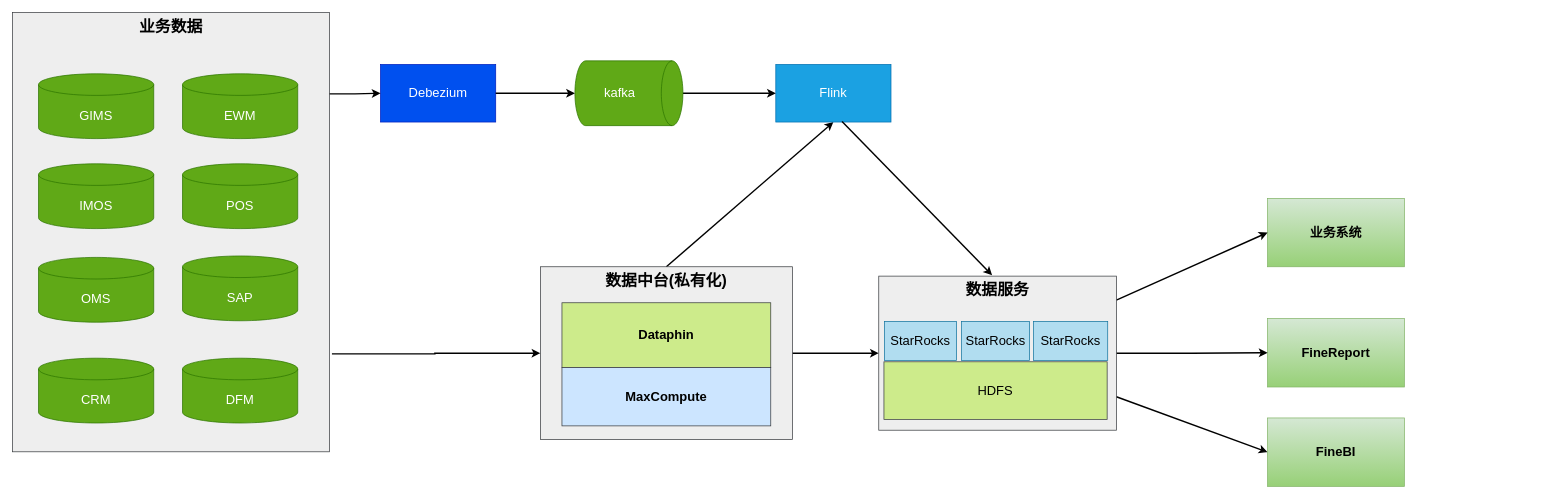
Above: page "第 2 页" (2 of 3) of bsd.drawio in starzy1990/diagrams (draw.io), before the change. Source tidied: cells renumbered, new cells numbered last; positions are measured from the earlier drawing's top-left corner, leaving out a move shared by most shapes. Both pictures are drawn from the tidied source at 72%, with x=0, y=0 at pixel (12, 12).
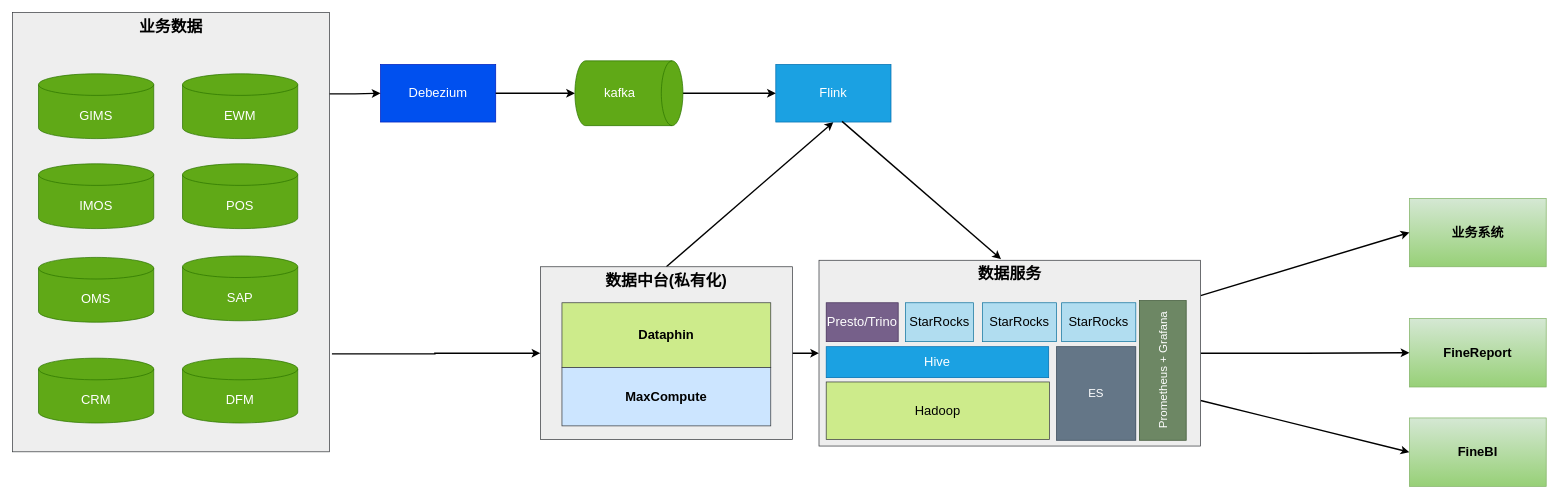
After the change.

The edit, as a diff of the source:
```diff
@@
     <mxCell id="23" value="业务系统" style="rounded=0;whiteSpace=wrap;html=1;fillColor=#d5e8d4;strokeColor=#82b366;fontSize=18;fontStyle=1;gradientColor=#97d077;" parent="1" vertex="1">
-      <mxGeometry x="1743" y="258" width="190" height="95" as="geometry" />
+      <mxGeometry x="1940" y="258" width="190" height="95" as="geometry" />
     </mxCell>
     <mxCell id="24" value="FineReport" style="rounded=0;whiteSpace=wrap;html=1;fillColor=#d5e8d4;strokeColor=#82b366;fontSize=18;fontStyle=1;gradientColor=#97d077;" parent="1" vertex="1">
-      <mxGeometry x="1743" y="425" width="190" height="95" as="geometry" />
+      <mxGeometry x="1940" y="425" width="190" height="95" as="geometry" />
     </mxCell>
@@
     <mxCell id="28" value="数据服务" style="rounded=0;whiteSpace=wrap;html=1;fillColor=#eeeeee;strokeColor=#36393d;verticalAlign=top;fontSize=22;fontStyle=1;" parent="1" vertex="1">
-      <mxGeometry x="1203" y="366" width="330" height="214" as="geometry" />
+      <mxGeometry x="1120" y="344" width="530" height="258" as="geometry" />
     </mxCell>
@@
-    <mxCell id="30" value="HDFS" style="rounded=0;whiteSpace=wrap;html=1;fillColor=#cdeb8b;strokeColor=#36393d;fontSize=18;" parent="1" vertex="1">
-      <mxGeometry x="1210.2" y="485" width="310" height="80" as="geometry" />
+    <mxCell id="30" value="Hadoop" style="rounded=0;whiteSpace=wrap;html=1;fillColor=#cdeb8b;strokeColor=#36393d;fontSize=18;" parent="1" vertex="1">
+      <mxGeometry x="1130" y="513" width="310" height="80" as="geometry" />
     </mxCell>
     <mxCell id="31" value="StarRocks" style="rounded=0;whiteSpace=wrap;html=1;fillColor=#b1ddf0;strokeColor=#10739e;fontSize=18;" parent="1" vertex="1">
-      <mxGeometry x="1418" y="429" width="103" height="54" as="geometry" />
+      <mxGeometry x="1347" y="403" width="103" height="54" as="geometry" />
     </mxCell>
     <mxCell id="32" value="FineBI" style="rounded=0;whiteSpace=wrap;html=1;fillColor=#d5e8d4;strokeColor=#82b366;fontSize=18;fontStyle=1;gradientColor=#97d077;" parent="1" vertex="1">
-      <mxGeometry x="1743" y="563" width="190" height="95" as="geometry" />
+      <mxGeometry x="1940" y="563" width="190" height="95" as="geometry" />
     </mxCell>
     <mxCell id="33" value="StarRocks" style="rounded=0;whiteSpace=wrap;html=1;fillColor=#b1ddf0;strokeColor=#10739e;fontSize=18;" parent="1" vertex="1">
-      <mxGeometry x="1318" y="429" width="94.5" height="54" as="geometry" />
+      <mxGeometry x="1240" y="403" width="94.5" height="54" as="geometry" />
     </mxCell>
+    <mxCell id="35" value="Hive" style="rounded=0;whiteSpace=wrap;html=1;fillColor=#1ba1e2;fontColor=#ffffff;strokeColor=#006EAF;fontSize=18;" parent="1" vertex="1">
+      <mxGeometry x="1130" y="464" width="309" height="43" as="geometry" />
+    </mxCell>
+    <mxCell id="36" value="ES" style="rounded=0;whiteSpace=wrap;html=1;strokeColor=#314354;align=center;verticalAlign=middle;fontFamily=Helvetica;fontSize=16;fontColor=#ffffff;fillColor=#647687;" parent="1" vertex="1">
+      <mxGeometry x="1450" y="464" width="110" height="130" as="geometry" />
+    </mxCell>
     <mxCell id="34" value="StarRocks" style="rounded=0;whiteSpace=wrap;html=1;fillColor=#b1ddf0;strokeColor=#10739e;fontSize=18;" parent="1" vertex="1">
-      <mxGeometry x="1211" y="429" width="100" height="54" as="geometry" />
+      <mxGeometry x="1457" y="403" width="103" height="54" as="geometry" />
     </mxCell>
+    <mxCell id="37" value="Prometheus +&amp;nbsp;Grafana" style="rounded=0;whiteSpace=wrap;html=1;strokeColor=#3A5431;align=center;verticalAlign=middle;fontFamily=Helvetica;fontSize=16;fontColor=#ffffff;fillColor=#6d8764;horizontal=0;" parent="1" vertex="1">
+      <mxGeometry x="1565" y="400" width="65" height="194" as="geometry" />
+    </mxCell>
+    <mxCell id="38" value="Presto/Trino" style="rounded=0;whiteSpace=wrap;html=1;fillColor=#76608a;strokeColor=#432D57;fontSize=18;fontColor=#ffffff;" parent="1" vertex="1">
+      <mxGeometry x="1130" y="403" width="100" height="54" as="geometry" />
+    </mxCell>
```
